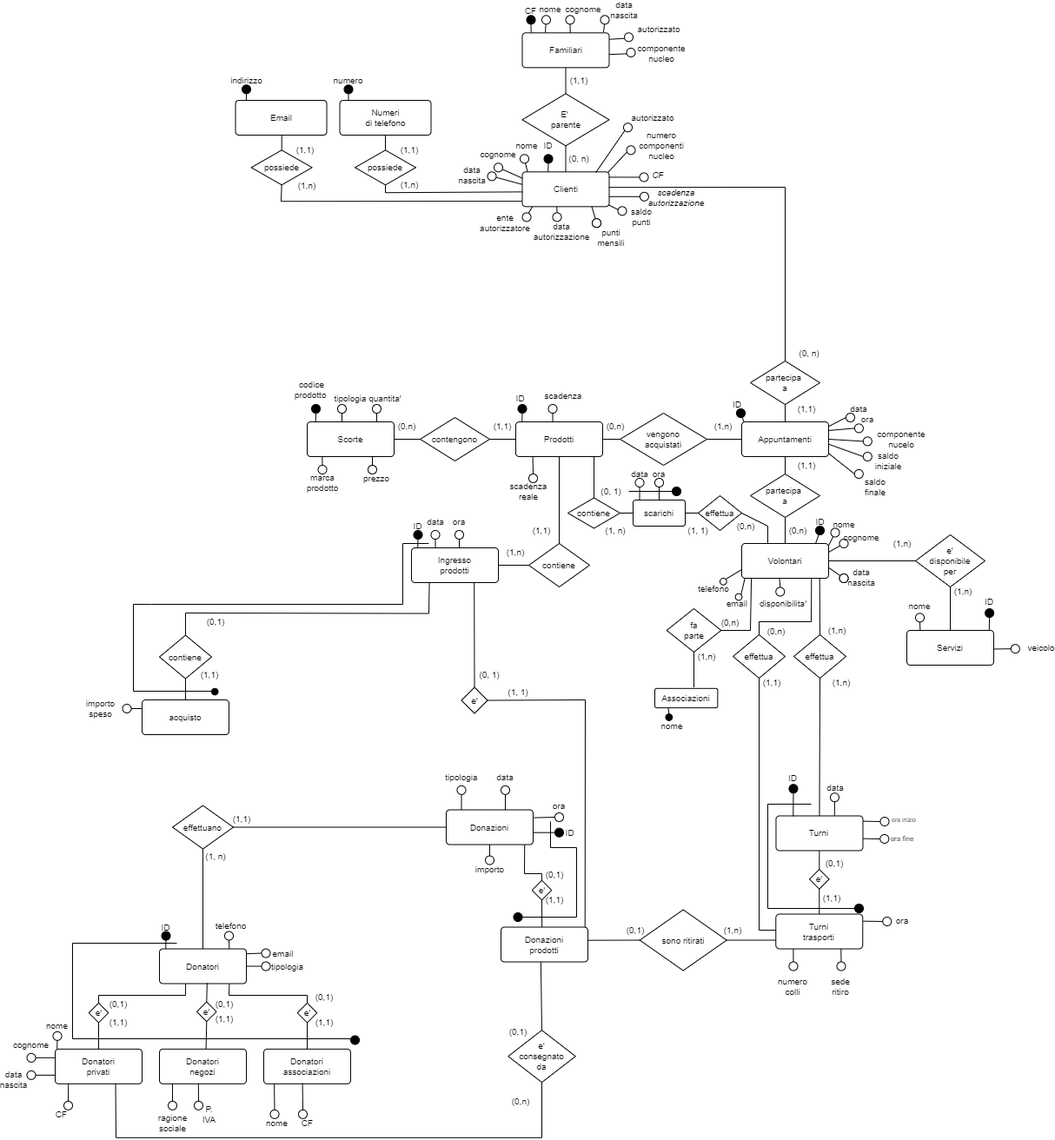
This is parte_1/deliverable/media/social_market_v2_ristrutturato.drawio.png from ChristianParodi/progetto-BDD, a draw.io export, as it was before one commit. Source tidied: cells renumbered, new cells last; positions are measured from the earlier drawing's top-left corner, leaving out a move shared by most shapes.
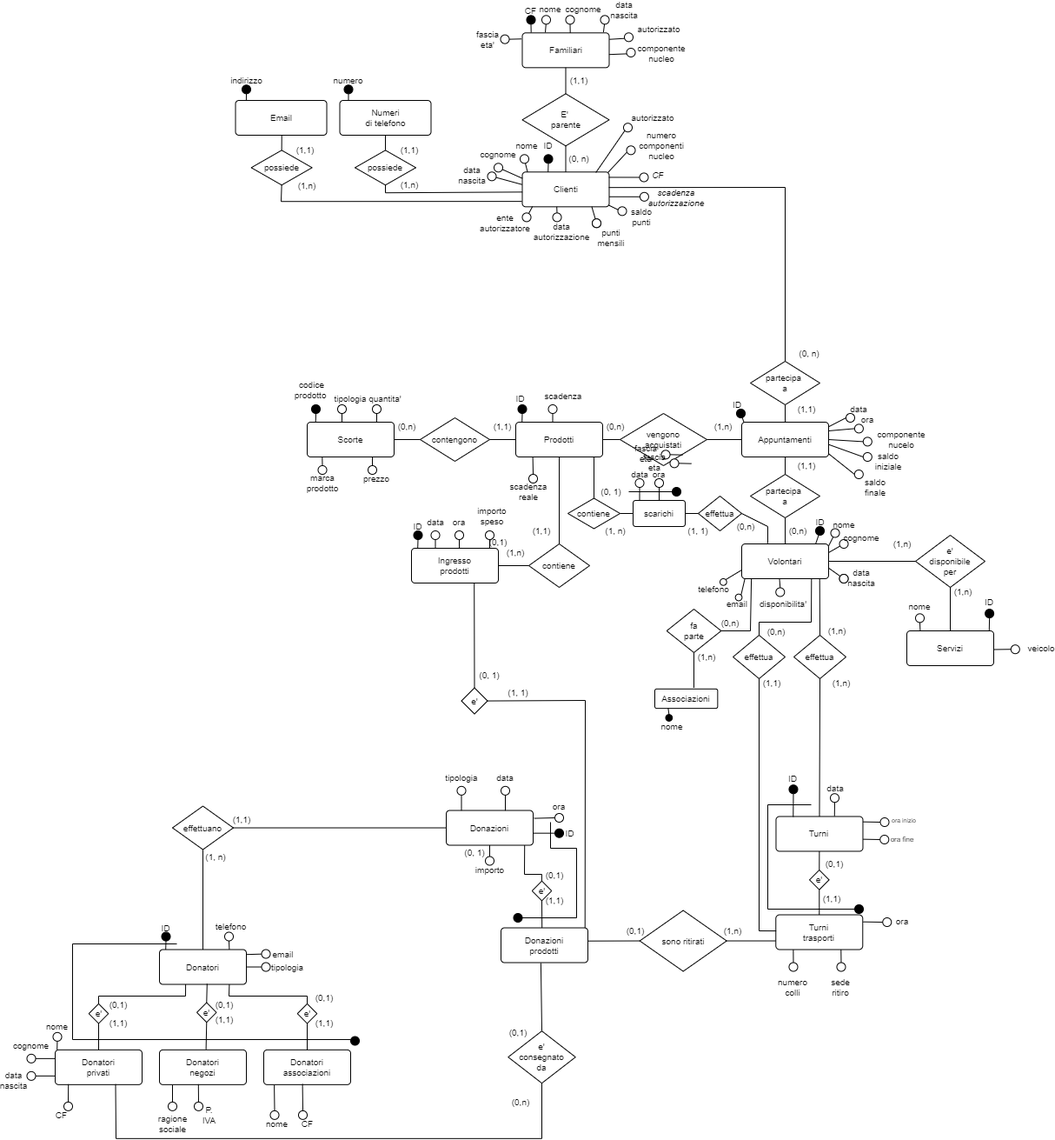
After the commit.

Commit message:
Modificati diversi aspetti dello schema concettuale e logico, tra cui:

The edit, as a diff of the source:
```diff
@@ -69,9 +69,6 @@
     <mxCell id="22" value="Ingresso&lt;br style=&quot;font-size: 10px;&quot;&gt;prodotti" style="rounded=1;arcSize=10;whiteSpace=wrap;html=1;align=center;fontSize=10;" parent="1" vertex="1">
       <mxGeometry x="470" y="625" width="100" height="40" as="geometry" />
     </mxCell>
-    <mxCell id="23" value="acquisto" style="rounded=1;arcSize=10;whiteSpace=wrap;html=1;align=center;fontSize=10;" parent="1" vertex="1">
-      <mxGeometry x="160" y="800" width="100" height="40" as="geometry" />
-    </mxCell>
     <mxCell id="24" value="Donazioni" style="rounded=1;arcSize=10;whiteSpace=wrap;html=1;align=center;fontSize=10;" parent="1" vertex="1">
       <mxGeometry x="510" y="926.5" width="100" height="40" as="geometry" />
     </mxCell>
@@ -124,29 +121,6 @@
         <mxPoint x="900" y="210" as="targetPoint" />
       </mxGeometry>
     </mxCell>
-    <mxCell id="40" value="contiene" style="shape=rhombus;perimeter=rhombusPerimeter;whiteSpace=wrap;html=1;align=center;fontSize=10;" parent="1" vertex="1">
-      <mxGeometry x="180" y="725.6" width="60" height="50" as="geometry" />
-    </mxCell>
-    <mxCell id="41" style="endArrow=none;html=1;rounded=0;fontSize=10;" parent="1" edge="1">
-      <mxGeometry relative="1" as="geometry">
-        <mxPoint x="210" y="700" as="sourcePoint" />
-        <mxPoint x="490" y="700.6" as="targetPoint" />
-      </mxGeometry>
-    </mxCell>
-    <mxCell id="42" style="endArrow=none;html=1;rounded=0;exitX=0.5;exitY=0;exitDx=0;exitDy=0;fontSize=10;" parent="1" edge="1" source="40">
-      <mxGeometry relative="1" as="geometry">
-        <mxPoint x="210" y="700" as="targetPoint" />
-      </mxGeometry>
-    </mxCell>
-    <mxCell id="43" style="endArrow=none;html=1;rounded=0;exitX=0.706;exitY=0.986;exitDx=0;exitDy=0;exitPerimeter=0;fontSize=10;" parent="1" edge="1">
-      <mxGeometry relative="1" as="geometry">
-        <mxPoint x="490.6" y="665" as="sourcePoint" />
-        <mxPoint x="490" y="700.6" as="targetPoint" />
-      </mxGeometry>
-    </mxCell>
-    <mxCell id="44" style="endArrow=none;html=1;rounded=0;exitX=0.5;exitY=0;exitDx=0;exitDy=0;entryX=0.5;entryY=1;entryDx=0;entryDy=0;fontSize=10;" parent="1" edge="1" source="23" target="40">
-      <mxGeometry relative="1" as="geometry" />
-    </mxCell>
     <mxCell id="45" value="sono ritirati" style="shape=rhombus;perimeter=rhombusPerimeter;whiteSpace=wrap;html=1;align=center;fontSize=10;" parent="1" vertex="1">
       <mxGeometry x="732.7" y="1041.5" width="100" height="70" as="geometry" />
     </mxCell>
@@ -226,12 +200,6 @@
     <mxCell id="69" value="(1,1)" style="text;html=1;strokeColor=none;fillColor=none;align=center;verticalAlign=middle;whiteSpace=wrap;rounded=0;fontSize=10;" parent="1" vertex="1">
       <mxGeometry x="605" y="600" width="30" height="10" as="geometry" />
     </mxCell>
-    <mxCell id="70" value="(1,1)" style="text;html=1;strokeColor=none;fillColor=none;align=center;verticalAlign=middle;whiteSpace=wrap;rounded=0;fontSize=10;" parent="1" vertex="1">
-      <mxGeometry x="223" y="765.6" width="30" height="10" as="geometry" />
-    </mxCell>
-    <mxCell id="71" value="(0,1)" style="text;html=1;strokeColor=none;fillColor=none;align=center;verticalAlign=middle;whiteSpace=wrap;rounded=0;fontSize=10;" parent="1" vertex="1">
-      <mxGeometry x="230" y="705" width="30" height="10" as="geometry" />
-    </mxCell>
     <mxCell id="72" value="(1,1)" style="text;html=1;strokeColor=none;fillColor=none;align=center;verticalAlign=middle;whiteSpace=wrap;rounded=0;fontSize=10;" parent="1" vertex="1">
       <mxGeometry x="260" y="931.5" width="30" height="10" as="geometry" />
     </mxCell>
@@ -755,48 +723,6 @@
     <mxCell id="235" value="ID" style="text;html=1;strokeColor=none;fillColor=none;align=center;verticalAlign=middle;whiteSpace=wrap;rounded=0;fontSize=10;" parent="1" vertex="1">
       <mxGeometry x="640" y="947.7" width="25" height="10" as="geometry" />
     </mxCell>
-    <mxCell id="236" style="endArrow=none;html=1;rounded=0;exitX=0;exitY=0.25;exitDx=0;exitDy=0;fontSize=10;" parent="1" edge="1" source="23" target="237">
-      <mxGeometry relative="1" as="geometry" />
-    </mxCell>
-    <mxCell id="237" style="ellipse;whiteSpace=wrap;html=1;labelBackgroundColor=none;fillColor=#FFFFFF;fontSize=10;" parent="1" vertex="1">
-      <mxGeometry x="137.5" y="805" width="10" height="10" as="geometry" />
-    </mxCell>
-    <mxCell id="238" value="importo speso" style="text;html=1;strokeColor=none;fillColor=none;align=center;verticalAlign=middle;whiteSpace=wrap;rounded=0;fontSize=10;" parent="1" vertex="1">
-      <mxGeometry x="100" y="805" width="25" height="10" as="geometry" />
-    </mxCell>
-    <mxCell id="239" style="endArrow=none;html=1;rounded=0;fontSize=10;" parent="1" edge="1">
-      <mxGeometry relative="1" as="geometry">
-        <mxPoint x="460" y="620" as="sourcePoint" />
-        <mxPoint x="490" y="620" as="targetPoint" />
-      </mxGeometry>
-    </mxCell>
-    <mxCell id="240" style="endArrow=none;html=1;rounded=0;fontSize=10;" parent="1" edge="1">
-      <mxGeometry relative="1" as="geometry">
-        <mxPoint x="460" y="690" as="sourcePoint" />
-        <mxPoint x="460" y="620" as="targetPoint" />
-      </mxGeometry>
-    </mxCell>
-    <mxCell id="241" style="endArrow=none;html=1;rounded=0;fontSize=10;" parent="1" edge="1">
-      <mxGeometry relative="1" as="geometry">
-        <mxPoint x="170" y="690" as="sourcePoint" />
-        <mxPoint x="460" y="690" as="targetPoint" />
-      </mxGeometry>
-    </mxCell>
-    <mxCell id="242" style="endArrow=none;html=1;rounded=0;fontSize=10;" parent="1" edge="1">
-      <mxGeometry relative="1" as="geometry">
-        <mxPoint x="150" y="790" as="sourcePoint" />
-        <mxPoint x="150" y="690" as="targetPoint" />
-      </mxGeometry>
-    </mxCell>
-    <mxCell id="243" style="endArrow=none;html=1;rounded=0;fontSize=10;" parent="1" edge="1">
-      <mxGeometry relative="1" as="geometry">
-        <mxPoint x="150" y="690" as="sourcePoint" />
-        <mxPoint x="170" y="690" as="targetPoint" />
-      </mxGeometry>
-    </mxCell>
-    <mxCell id="244" style="ellipse;whiteSpace=wrap;html=1;fontSize=10;fillColor=#000000;gradientColor=none;" parent="1" vertex="1">
-      <mxGeometry x="240" y="786.8" width="7.5" height="7.5" as="geometry" />
-    </mxCell>
     <mxCell id="245" style="endArrow=none;html=1;rounded=0;exitX=0.046;exitY=-0.014;exitDx=0;exitDy=0;exitPerimeter=0;entryX=0.5;entryY=1;entryDx=0;entryDy=0;fontSize=10;" parent="1" edge="1" target="247">
       <mxGeometry relative="1" as="geometry">
         <mxPoint x="1134.8" y="719.5" as="sourcePoint" />
@@ -1346,12 +1272,6 @@
     <mxCell id="390" value="ora" style="text;html=1;strokeColor=none;fillColor=none;align=center;verticalAlign=middle;whiteSpace=wrap;rounded=0;fontSize=10;" parent="1" vertex="1">
       <mxGeometry x="510" y="590" width="30" height="10" as="geometry" />
     </mxCell>
-    <mxCell id="391" style="endArrow=none;html=1;rounded=0;" parent="1" edge="1">
-      <mxGeometry relative="1" as="geometry">
-        <mxPoint x="150" y="790" as="sourcePoint" />
-        <mxPoint x="240" y="790" as="targetPoint" />
-      </mxGeometry>
-    </mxCell>
     <mxCell id="392" style="endArrow=none;html=1;rounded=0;exitX=0;exitY=0.5;exitDx=0;exitDy=0;" parent="1" edge="1" source="11">
       <mxGeometry relative="1" as="geometry">
         <mxPoint x="810" y="500" as="targetPoint" />
@@ -1430,5 +1350,53 @@
     <mxCell id="412" style="ellipse;whiteSpace=wrap;html=1;labelBackgroundColor=none;fillColor=#000000;fontSize=10;" parent="1" vertex="1">
       <mxGeometry x="587.5" y="1045" width="10" height="10" as="geometry" />
     </mxCell>
+    <mxCell id="413" style="endArrow=none;html=1;rounded=0;exitX=-0.003;exitY=0.134;exitDx=0;exitDy=0;exitPerimeter=0;fontSize=10;" parent="1" edge="1" target="414">
+      <mxGeometry relative="1" as="geometry">
+        <mxPoint x="782.2" y="517.7" as="sourcePoint" />
+      </mxGeometry>
+    </mxCell>
+    <mxCell id="414" style="ellipse;whiteSpace=wrap;html=1;fontSize=10;" parent="1" vertex="1">
+      <mxGeometry x="757.5" y="512.3" width="10" height="10" as="geometry" />
+    </mxCell>
+    <mxCell id="415" value="fascia eta" style="text;html=1;strokeColor=none;fillColor=none;align=center;verticalAlign=middle;whiteSpace=wrap;rounded=0;fontSize=10;" parent="1" vertex="1">
+      <mxGeometry x="725" y="511.2" width="30" height="10" as="geometry" />
+    </mxCell>
+    <mxCell id="416" style="endArrow=none;html=1;rounded=0;exitX=-0.003;exitY=0.134;exitDx=0;exitDy=0;exitPerimeter=0;fontSize=10;" parent="1" edge="1" target="417">
+      <mxGeometry relative="1" as="geometry">
+        <mxPoint x="792.2" y="527.7" as="sourcePoint" />
+      </mxGeometry>
+    </mxCell>
+    <mxCell id="417" style="ellipse;whiteSpace=wrap;html=1;fontSize=10;" parent="1" vertex="1">
+      <mxGeometry x="767.5" y="522.3" width="10" height="10" as="geometry" />
+    </mxCell>
+    <mxCell id="418" value="fascia eta" style="text;html=1;strokeColor=none;fillColor=none;align=center;verticalAlign=middle;whiteSpace=wrap;rounded=0;fontSize=10;" parent="1" vertex="1">
+      <mxGeometry x="735" y="521.2" width="30" height="10" as="geometry" />
+    </mxCell>
+    <mxCell id="419" value="fascia eta'" style="text;html=1;strokeColor=none;fillColor=none;align=center;verticalAlign=middle;whiteSpace=wrap;rounded=0;fontSize=10;" parent="1" vertex="1">
+      <mxGeometry x="542.5" y="34.6" width="30" height="10" as="geometry" />
+    </mxCell>
+    <mxCell id="420" style="endArrow=none;html=1;rounded=0;exitX=-0.009;exitY=0.174;exitDx=0;exitDy=0;exitPerimeter=0;fontSize=10;" parent="1" edge="1" source="3" target="421">
+      <mxGeometry relative="1" as="geometry" />
+    </mxCell>
+    <mxCell id="421" style="ellipse;whiteSpace=wrap;html=1;fontSize=10;" parent="1" vertex="1">
+      <mxGeometry x="572.5" y="34.6" width="10" height="10" as="geometry" />
+    </mxCell>
+    <mxCell id="422" style="endArrow=none;html=1;rounded=0;exitX=0.25;exitY=0;exitDx=0;exitDy=0;fontSize=10;" parent="1" edge="1" target="423">
+      <mxGeometry relative="1" as="geometry">
+        <mxPoint x="560" y="625" as="sourcePoint" />
+      </mxGeometry>
+    </mxCell>
+    <mxCell id="423" style="ellipse;whiteSpace=wrap;html=1;fontSize=10;" parent="1" vertex="1">
+      <mxGeometry x="555" y="605" width="10" height="10" as="geometry" />
+    </mxCell>
+    <mxCell id="238" value="importo&lt;br&gt;speso" style="text;html=1;strokeColor=none;fillColor=none;align=center;verticalAlign=middle;whiteSpace=wrap;rounded=0;fontSize=10;" parent="1" vertex="1">
+      <mxGeometry x="547.5" y="582.5" width="30" height="10" as="geometry" />
+    </mxCell>
+    <mxCell id="71" value="(0,1)" style="text;html=1;strokeColor=none;fillColor=none;align=center;verticalAlign=middle;whiteSpace=wrap;rounded=0;fontSize=10;" parent="1" vertex="1">
+      <mxGeometry x="555" y="612.5" width="30" height="10" as="geometry" />
+    </mxCell>
+    <mxCell id="424" value="(0, 1)" style="text;html=1;strokeColor=none;fillColor=none;align=center;verticalAlign=middle;whiteSpace=wrap;rounded=0;fontSize=10;" parent="1" vertex="1">
+      <mxGeometry x="528" y="969.5" width="30" height="10" as="geometry" />
+    </mxCell>
   </root>
 </mxGraphModel>
```
